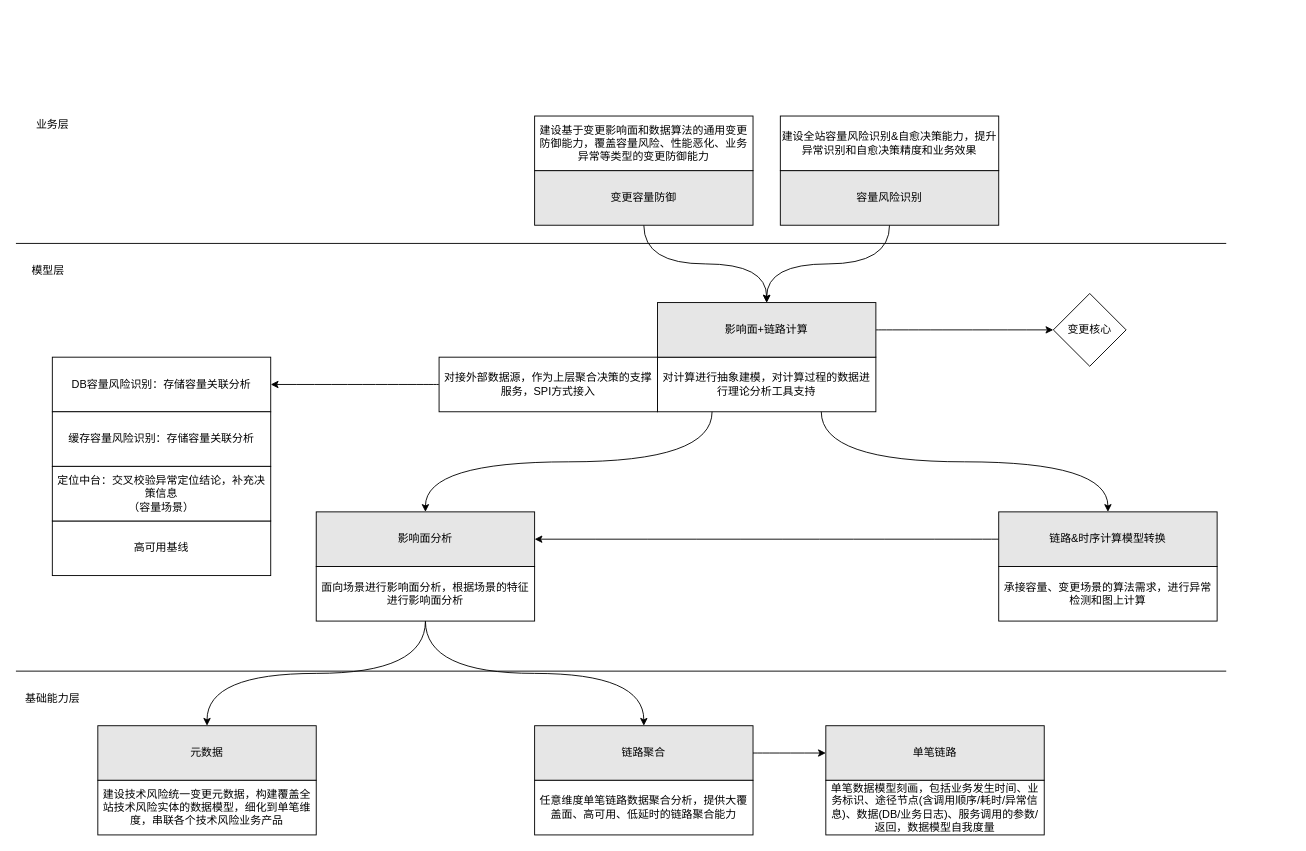
The draw.io diagram 蚂蚁金服/OKR组织.drawio in frankneu/draw.io, before the edit. Source tidied: cells renumbered, new cells numbered last; positions are measured from the earlier drawing's top-left corner, leaving out a move shared by most shapes. Both pictures are drawn from the tidied source at 91%, with x=0, y=0 at pixel (15, 116).
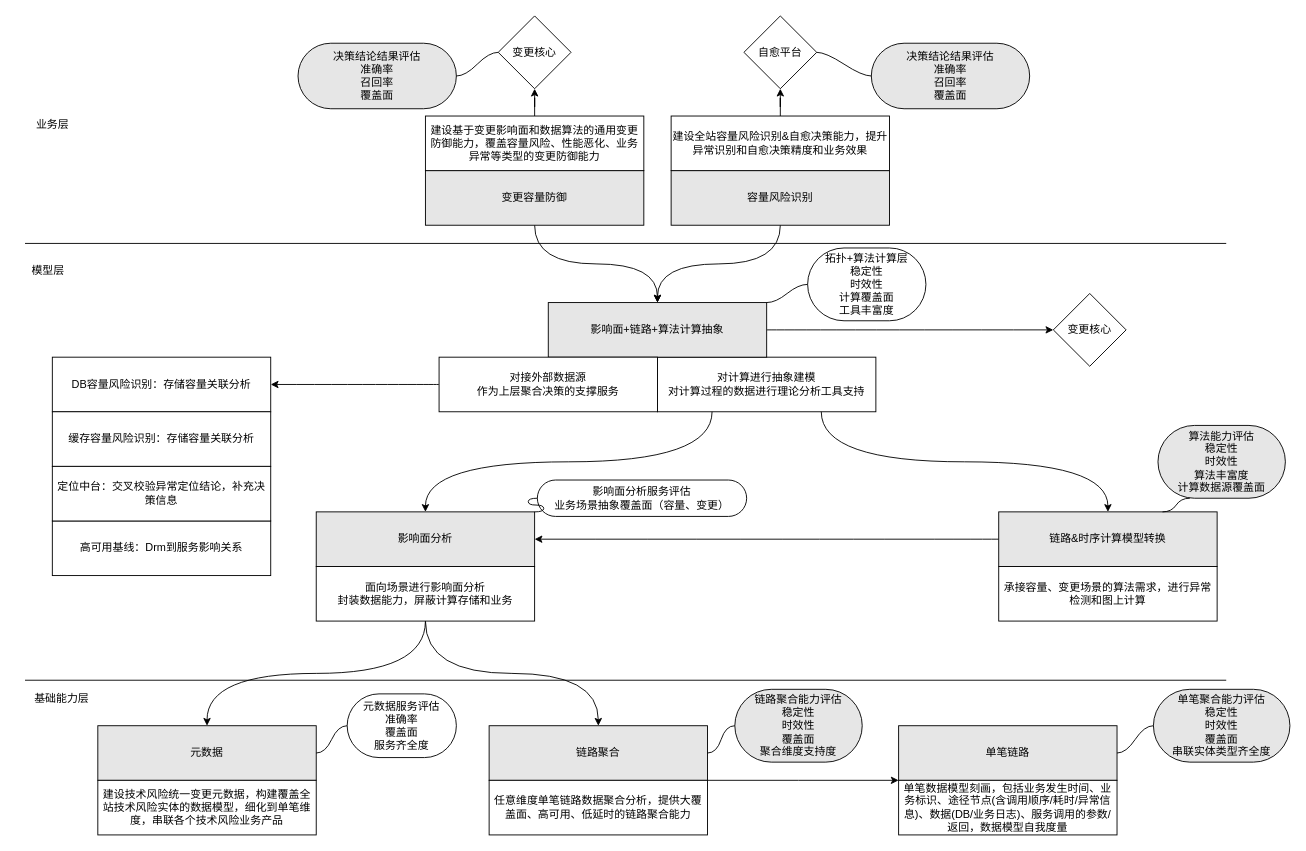
The same diagram, later.

The change refers to these unchanged cells:
```xml
<mxCell id="6" value="元数据" style="rounded=0;whiteSpace=wrap;html=1;fillColor=#E6E6E6;" parent="1" vertex="1">
  <mxGeometry x="90" y="670" width="240" height="60" as="geometry" />
</mxCell>
<mxCell id="7" value="影响面分析" style="rounded=0;whiteSpace=wrap;html=1;fillColor=#E6E6E6;" parent="1" vertex="1">
  <mxGeometry x="330" y="435" width="240" height="60" as="geometry" />
</mxCell>
<mxCell id="25" value="链路&amp;amp;时序计算模型转换" style="rounded=0;whiteSpace=wrap;html=1;fillColor=#E6E6E6;" parent="1" vertex="1">
  <mxGeometry x="1080" y="435" width="240" height="60" as="geometry" />
</mxCell>
```

Change to the diagram source:
```diff
@@
     <mxCell id="3" value="变更容量防御" style="rounded=0;whiteSpace=wrap;html=1;fillColor=#E6E6E6;" parent="1" vertex="1">
-      <mxGeometry x="570" y="60" width="240" height="60" as="geometry" />
+      <mxGeometry x="450" y="60" width="240" height="60" as="geometry" />
     </mxCell>
@@
     <mxCell id="5" value="容量风险识别" style="rounded=0;whiteSpace=wrap;html=1;fillColor=#E6E6E6;" parent="1" vertex="1">
-      <mxGeometry x="840" y="60" width="240" height="60" as="geometry" />
+      <mxGeometry x="720" y="60" width="240" height="60" as="geometry" />
     </mxCell>
@@
-    <mxCell id="8" style="edgeStyle=orthogonalEdgeStyle;curved=1;rounded=0;jettySize=auto;html=1;exitX=1;exitY=0.5;exitDx=0;exitDy=0;fillColor=#E6E6E6;" parent="1" edge="1" source="9" target="14">
-      <mxGeometry relative="1" as="geometry" />
-    </mxCell>
     <mxCell id="9" value="链路聚合" style="rounded=0;whiteSpace=wrap;html=1;fillColor=#E6E6E6;" parent="1" vertex="1">
-      <mxGeometry x="570" y="670" width="240" height="60" as="geometry" />
+      <mxGeometry x="520" y="670" width="240" height="60" as="geometry" />
     </mxCell>
+    <mxCell id="39" style="edgeStyle=orthogonalEdgeStyle;rounded=0;jettySize=auto;html=1;" parent="1" edge="1" source="10" target="54">
+      <mxGeometry relative="1" as="geometry" />
+    </mxCell>
     <mxCell id="10" value="建设基于变更影响面和数据算法的通用变更防御能力，覆盖容量风险、性能恶化、业务异常等类型的变更防御能力" style="rounded=0;whiteSpace=wrap;html=1;" parent="1" vertex="1">
-      <mxGeometry x="570" width="240" height="60" as="geometry" />
+      <mxGeometry x="450" width="240" height="60" as="geometry" />
     </mxCell>
+    <mxCell id="40" style="edgeStyle=orthogonalEdgeStyle;rounded=0;jettySize=auto;html=1;" parent="1" edge="1" source="11" target="55">
+      <mxGeometry relative="1" as="geometry" />
+    </mxCell>
     <mxCell id="11" value="建设全站容量风险识别&amp;amp;自愈决策能力，提升异常识别和自愈决策精度和业务效果" style="rounded=0;whiteSpace=wrap;html=1;" parent="1" vertex="1">
-      <mxGeometry x="840" width="240" height="60" as="geometry" />
+      <mxGeometry x="720" width="240" height="60" as="geometry" />
     </mxCell>
+    <mxCell id="41" style="edgeStyle=orthogonalEdgeStyle;rounded=0;jettySize=auto;html=1;exitX=1;exitY=0;exitDx=0;exitDy=0;entryX=0;entryY=0;entryDx=0;entryDy=0;" parent="1" edge="1" source="12" target="15">
+      <mxGeometry relative="1" as="geometry">
+        <Array as="points">
+          <mxPoint x="860" y="730" />
+          <mxPoint x="860" y="730" />
+        </Array>
+      </mxGeometry>
+    </mxCell>
     <mxCell id="12" value="&lt;span&gt;任意维度单笔链路数据聚合分析，提供大覆盖面、高可用、低延时的链路聚合能力&lt;/span&gt;" style="rounded=0;whiteSpace=wrap;html=1;" parent="1" vertex="1">
-      <mxGeometry x="570" y="730" width="240" height="60" as="geometry" />
+      <mxGeometry x="520" y="730" width="240" height="60" as="geometry" />
     </mxCell>
@@
     <mxCell id="14" value="单笔链路" style="rounded=0;whiteSpace=wrap;html=1;fillColor=#E6E6E6;" parent="1" vertex="1">
-      <mxGeometry x="890" y="670" width="240" height="60" as="geometry" />
+      <mxGeometry x="970" y="670" width="240" height="60" as="geometry" />
     </mxCell>
     <mxCell id="15" value="单笔数据模型刻画，包括业务发生时间、业务标识、途径节点(含调用顺序/耗时/异常信息)、数据(DB/业务日志)、服务调用的参数/返回，数据模型自我度量" style="rounded=0;whiteSpace=wrap;html=1;" parent="1" vertex="1">
-      <mxGeometry x="890" y="730" width="240" height="60" as="geometry" />
+      <mxGeometry x="970" y="730" width="240" height="60" as="geometry" />
     </mxCell>
@@
-    <mxCell id="18" value="面向场景进行影响面分析，根据场景的特征进行影响面分析" style="rounded=0;whiteSpace=wrap;html=1;" parent="1" vertex="1">
+    <mxCell id="18" value="面向场景进行影响面分析&lt;br&gt;封装数据能力，屏蔽计算存储和业务" style="rounded=0;whiteSpace=wrap;html=1;" parent="1" vertex="1">
       <mxGeometry x="330" y="495" width="240" height="60" as="geometry" />
     </mxCell>
-    <mxCell id="19" value="对计算进行抽象建模，对计算过程的数据进行理论分析工具支持" style="rounded=0;whiteSpace=wrap;html=1;" parent="1" vertex="1">
+    <mxCell id="19" value="对计算进行抽象建模&lt;br&gt;对计算过程的数据进行理论分析工具支持" style="rounded=0;whiteSpace=wrap;html=1;" parent="1" vertex="1">
       <mxGeometry x="705" y="265" width="240" height="60" as="geometry" />
     </mxCell>
@@
-    <mxCell id="23" value="影响面+链路计算" style="rounded=0;whiteSpace=wrap;html=1;fillColor=#E6E6E6;" parent="1" vertex="1">
-      <mxGeometry x="705" y="205" width="240" height="60" as="geometry" />
+    <mxCell id="23" value="影响面+链路+算法计算抽象" style="rounded=0;whiteSpace=wrap;html=1;fillColor=#E6E6E6;" parent="1" vertex="1">
+      <mxGeometry x="585" y="205" width="240" height="60" as="geometry" />
     </mxCell>
@@
-    <mxCell id="28" value="对接外部数据源，作为上层聚合决策的支撑服务，SPI方式接入" style="rounded=0;whiteSpace=wrap;html=1;fillColor=#FFFFFF;" parent="1" vertex="1">
+    <mxCell id="28" value="对接外部数据源&lt;br&gt;作为上层聚合决策的支撑服务" style="rounded=0;whiteSpace=wrap;html=1;fillColor=#FFFFFF;" parent="1" vertex="1">
       <mxGeometry x="465" y="265" width="240" height="60" as="geometry" />
     </mxCell>
@@
-    <mxCell id="31" value="高可用基线" style="rounded=0;whiteSpace=wrap;html=1;fillColor=#FFFFFF;" parent="1" vertex="1">
+    <mxCell id="31" value="高可用基线：Drm到服务影响关系" style="rounded=0;whiteSpace=wrap;html=1;fillColor=#FFFFFF;" parent="1" vertex="1">
       <mxGeometry x="40" y="445" width="240" height="60" as="geometry" />
     </mxCell>
-    <mxCell id="32" value="定位中台：交叉校验异常定位结论，补充决策信息&lt;br&gt;（容量场景）" style="rounded=0;whiteSpace=wrap;html=1;fillColor=#FFFFFF;" parent="1" vertex="1">
+    <mxCell id="32" value="定位中台：交叉校验异常定位结论，补充决策信息" style="rounded=0;whiteSpace=wrap;html=1;fillColor=#FFFFFF;" parent="1" vertex="1">
       <mxGeometry x="40" y="385" width="240" height="60" as="geometry" />
     </mxCell>
     <mxCell id="33" style="endArrow=none;html=1;fillColor=#E6E6E6;" parent="1" edge="1">
       <mxGeometry relative="1" as="geometry">
-        <mxPoint y="140" as="sourcePoint" />
+        <mxPoint x="10" y="140" as="sourcePoint" />
         <mxPoint x="1330" y="140" as="targetPoint" />
       </mxGeometry>
     </mxCell>
     <mxCell id="34" style="endArrow=none;html=1;fillColor=#E6E6E6;" parent="1" edge="1">
       <mxGeometry relative="1" as="geometry">
-        <mxPoint y="610" as="sourcePoint" />
-        <mxPoint x="1330" y="610" as="targetPoint" />
+        <mxPoint x="10" y="620" as="sourcePoint" />
+        <mxPoint x="1330" y="620" as="targetPoint" />
       </mxGeometry>
     </mxCell>
@@
     <mxCell id="37" value="基础能力层" style="text;html=1;align=center;verticalAlign=middle;strokeColor=none;" parent="1" vertex="1">
-      <mxGeometry y="630" width="80" height="20" as="geometry" />
+      <mxGeometry x="10" y="630" width="80" height="20" as="geometry" />
     </mxCell>
@@
+    <mxCell id="42" value="决策结论结果评估&lt;br&gt;准确率&lt;br&gt;召回率&lt;br&gt;覆盖面" style="whiteSpace=wrap;html=1;rounded=1;arcSize=50;align=center;verticalAlign=middle;strokeWidth=1;spacing=4;newEdgeStyle={&quot;edgeStyle&quot;:&quot;entityRelationEdgeStyle&quot;,&quot;startArrow&quot;:&quot;none&quot;,&quot;endArrow&quot;:&quot;none&quot;,&quot;segment&quot;:10,&quot;curved&quot;:1};fillColor=#E6E6E6;" parent="1" vertex="1">
+      <mxGeometry x="310" y="-80" width="174" height="72" as="geometry" />
+    </mxCell>
+    <mxCell id="43" style="edgeStyle=entityRelationEdgeStyle;startArrow=none;endArrow=none;segment=10;curved=1;exitX=0;exitY=0.5;exitDx=0;exitDy=0;" parent="1" edge="1" source="54" target="42">
+      <mxGeometry relative="1" as="geometry" />
+    </mxCell>
+    <mxCell id="44" value="决策结论结果评估&lt;br&gt;准确率&lt;br&gt;召回率&lt;br&gt;覆盖面" style="whiteSpace=wrap;html=1;rounded=1;arcSize=50;align=center;verticalAlign=middle;strokeWidth=1;spacing=4;newEdgeStyle={&quot;edgeStyle&quot;:&quot;entityRelationEdgeStyle&quot;,&quot;startArrow&quot;:&quot;none&quot;,&quot;endArrow&quot;:&quot;none&quot;,&quot;segment&quot;:10,&quot;curved&quot;:1};fillColor=#E6E6E6;" parent="1" vertex="1">
+      <mxGeometry x="940" y="-80" width="174" height="72" as="geometry" />
+    </mxCell>
+    <mxCell id="45" style="edgeStyle=entityRelationEdgeStyle;startArrow=none;endArrow=none;segment=10;curved=1;entryX=0;entryY=0.5;entryDx=0;entryDy=0;exitX=1;exitY=0.5;exitDx=0;exitDy=0;" parent="1" edge="1" source="55" target="44">
+      <mxGeometry relative="1" as="geometry" />
+    </mxCell>
+    <mxCell id="46" value="链路聚合能力评估&lt;br&gt;稳定性&lt;br&gt;时效性&lt;br&gt;覆盖面&lt;br&gt;聚合维度支持度" style="whiteSpace=wrap;html=1;rounded=1;arcSize=50;align=center;verticalAlign=middle;strokeWidth=1;spacing=4;newEdgeStyle={&quot;edgeStyle&quot;:&quot;entityRelationEdgeStyle&quot;,&quot;startArrow&quot;:&quot;none&quot;,&quot;endArrow&quot;:&quot;none&quot;,&quot;segment&quot;:10,&quot;curved&quot;:1};fillColor=#E6E6E6;" parent="1" vertex="1">
+      <mxGeometry x="790" y="630" width="140" height="80" as="geometry" />
+    </mxCell>
+    <mxCell id="47" style="edgeStyle=entityRelationEdgeStyle;startArrow=none;endArrow=none;segment=10;curved=1;" parent="1" edge="1" source="9" target="46">
+      <mxGeometry relative="1" as="geometry" />
+    </mxCell>
+    <mxCell id="48" value="单笔聚合能力评估&lt;br&gt;稳定性&lt;br&gt;时效性&lt;br&gt;覆盖面&lt;br&gt;串联实体类型齐全度" style="whiteSpace=wrap;html=1;rounded=1;arcSize=50;align=center;verticalAlign=middle;strokeWidth=1;spacing=4;newEdgeStyle={&quot;edgeStyle&quot;:&quot;entityRelationEdgeStyle&quot;,&quot;startArrow&quot;:&quot;none&quot;,&quot;endArrow&quot;:&quot;none&quot;,&quot;segment&quot;:10,&quot;curved&quot;:1};fillColor=#E6E6E6;" parent="1" vertex="1">
+      <mxGeometry x="1250" y="630" width="150" height="80" as="geometry" />
+    </mxCell>
+    <mxCell id="49" style="edgeStyle=entityRelationEdgeStyle;startArrow=none;endArrow=none;segment=10;curved=1;" parent="1" edge="1" source="14" target="48">
+      <mxGeometry relative="1" as="geometry" />
+    </mxCell>
+    <mxCell id="50" value="算法能力评估&lt;br&gt;稳定性&lt;br&gt;时效性&lt;br&gt;算法丰富度&lt;br&gt;计算数据源覆盖面" style="whiteSpace=wrap;html=1;rounded=1;arcSize=50;align=center;verticalAlign=middle;strokeWidth=1;spacing=4;newEdgeStyle={&quot;edgeStyle&quot;:&quot;entityRelationEdgeStyle&quot;,&quot;startArrow&quot;:&quot;none&quot;,&quot;endArrow&quot;:&quot;none&quot;,&quot;segment&quot;:10,&quot;curved&quot;:1};fillColor=#E6E6E6;" parent="1" vertex="1">
+      <mxGeometry x="1255" y="340" width="140" height="80" as="geometry" />
+    </mxCell>
+    <mxCell id="51" style="edgeStyle=entityRelationEdgeStyle;startArrow=none;endArrow=none;segment=10;curved=1;entryX=0.25;entryY=1;entryDx=0;entryDy=0;exitX=0.75;exitY=0;exitDx=0;exitDy=0;" parent="1" edge="1" source="25" target="50">
+      <mxGeometry relative="1" as="geometry" />
+    </mxCell>
+    <mxCell id="52" value="元数据服务评估&lt;br&gt;准确率&lt;br&gt;覆盖面&lt;br&gt;服务齐全度" style="whiteSpace=wrap;html=1;rounded=1;arcSize=50;align=center;verticalAlign=middle;strokeWidth=1;spacing=4;newEdgeStyle={&quot;edgeStyle&quot;:&quot;entityRelationEdgeStyle&quot;,&quot;startArrow&quot;:&quot;none&quot;,&quot;endArrow&quot;:&quot;none&quot;,&quot;segment&quot;:10,&quot;curved&quot;:1};" parent="1" vertex="1">
+      <mxGeometry x="364" y="635" width="120" height="70" as="geometry" />
+    </mxCell>
+    <mxCell id="53" style="edgeStyle=entityRelationEdgeStyle;startArrow=none;endArrow=none;segment=10;curved=1;" parent="1" edge="1" source="6" target="52">
+      <mxGeometry relative="1" as="geometry" />
+    </mxCell>
+    <mxCell id="54" value="&lt;span&gt;变更核心&lt;/span&gt;" style="rhombus;whiteSpace=wrap;html=1;rounded=0;" parent="1" vertex="1">
+      <mxGeometry x="530" y="-110" width="80" height="80" as="geometry" />
+    </mxCell>
+    <mxCell id="55" value="自愈平台" style="rhombus;whiteSpace=wrap;html=1;rounded=0;" parent="1" vertex="1">
+      <mxGeometry x="800" y="-110" width="80" height="80" as="geometry" />
+    </mxCell>
+    <mxCell id="56" value="影响面分析服务评估&lt;br&gt;业务场景抽象覆盖面（容量、变更）&lt;br&gt;" style="whiteSpace=wrap;html=1;rounded=1;arcSize=50;align=center;verticalAlign=middle;strokeWidth=1;spacing=4;newEdgeStyle={&quot;edgeStyle&quot;:&quot;entityRelationEdgeStyle&quot;,&quot;startArrow&quot;:&quot;none&quot;,&quot;endArrow&quot;:&quot;none&quot;,&quot;segment&quot;:10,&quot;curved&quot;:1};" parent="1" vertex="1">
+      <mxGeometry x="573" y="400" width="230" height="40" as="geometry" />
+    </mxCell>
+    <mxCell id="57" style="edgeStyle=entityRelationEdgeStyle;startArrow=none;endArrow=none;segment=10;curved=1;exitX=1;exitY=0;exitDx=0;exitDy=0;" parent="1" edge="1" source="7" target="56">
+      <mxGeometry relative="1" as="geometry" />
+    </mxCell>
+    <mxCell id="58" value="拓扑+算法计算层&lt;br&gt;稳定性&lt;br&gt;时效性&lt;br&gt;计算覆盖面&lt;br&gt;工具丰富度" style="whiteSpace=wrap;html=1;rounded=1;arcSize=50;align=center;verticalAlign=middle;strokeWidth=1;spacing=4;newEdgeStyle={&quot;edgeStyle&quot;:&quot;entityRelationEdgeStyle&quot;,&quot;startArrow&quot;:&quot;none&quot;,&quot;endArrow&quot;:&quot;none&quot;,&quot;segment&quot;:10,&quot;curved&quot;:1};" parent="1" vertex="1">
+      <mxGeometry x="870" y="145" width="130" height="80" as="geometry" />
+    </mxCell>
+    <mxCell id="59" style="edgeStyle=entityRelationEdgeStyle;startArrow=none;endArrow=none;segment=10;curved=1;exitX=1;exitY=0;exitDx=0;exitDy=0;" parent="1" edge="1" source="23" target="58">
+      <mxGeometry relative="1" as="geometry" />
+    </mxCell>
```
